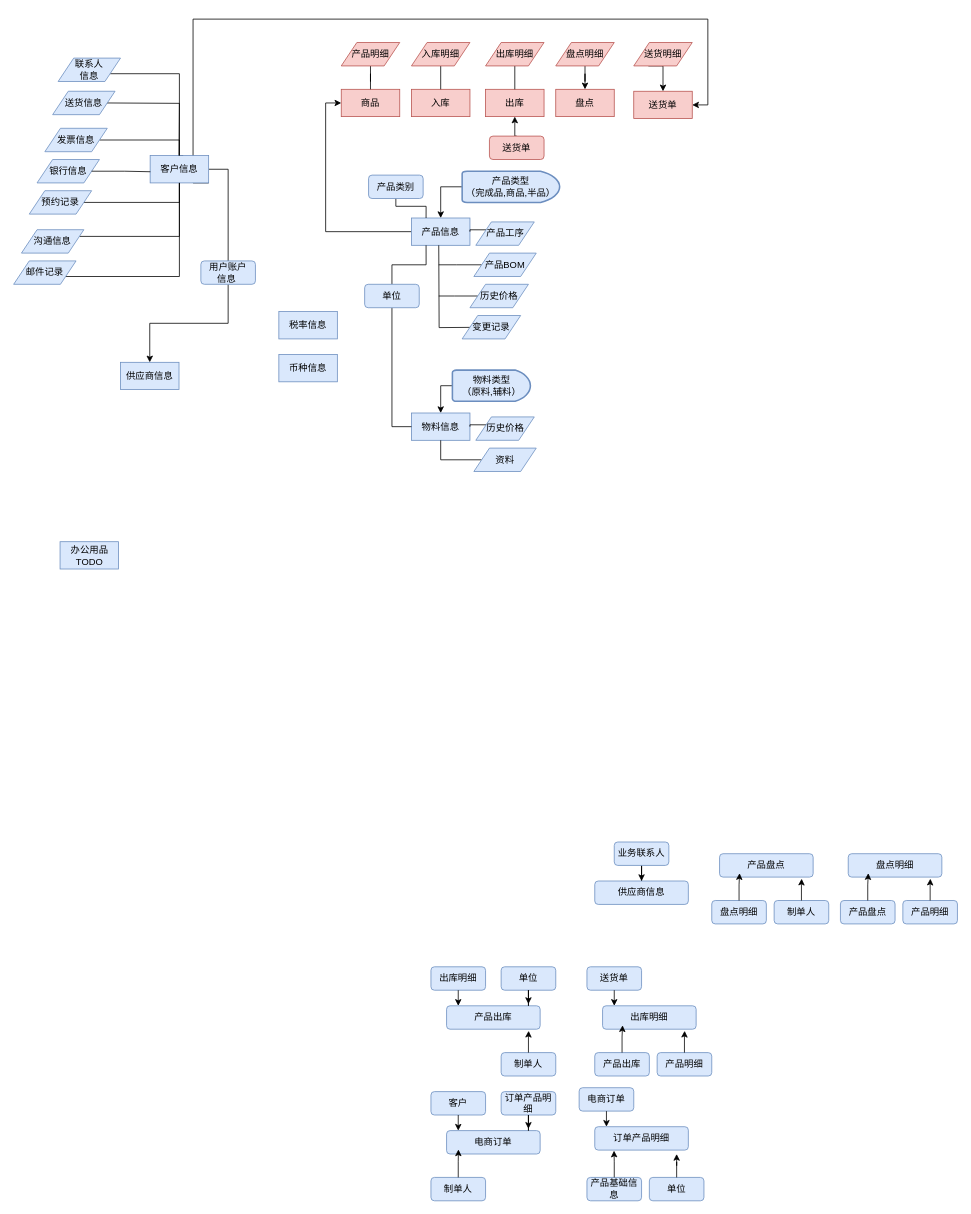
The draw.io diagram ERDiagram.drawio in sbosleo/sbosmobile, before the edit. Source tidied: cells renumbered, new cells numbered last; positions are measured from the earlier drawing's top-left corner, leaving out a move shared by most shapes. Both pictures are drawn from the tidied source at 78%, with x=0, y=0 at pixel (13, 19).
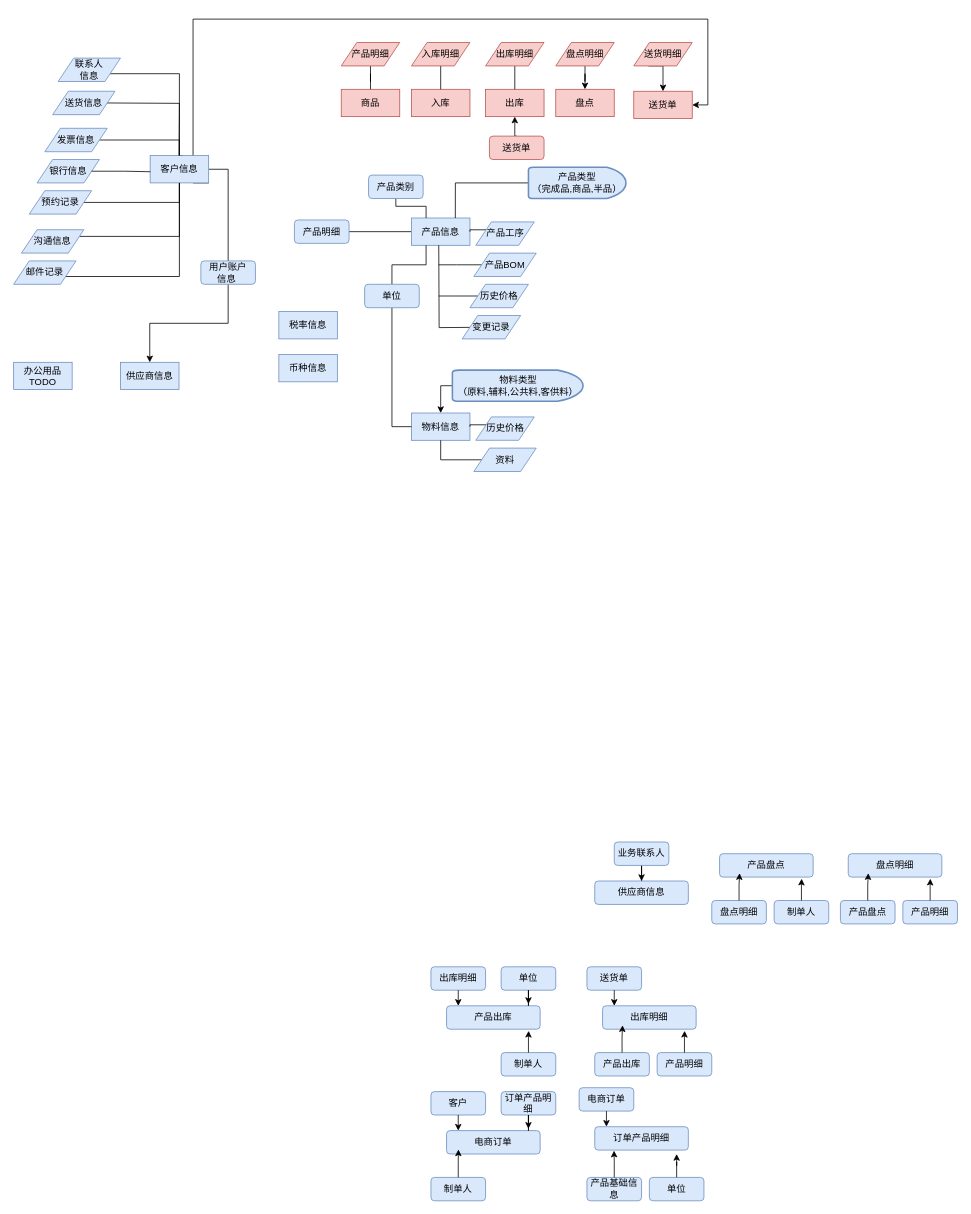
After the change.

The change refers to these unchanged cells:
```xml
<mxCell id="44" value="产品信息" style="rounded=0;whiteSpace=wrap;html=1;fillColor=#dae8fc;strokeColor=#6c8ebf;" parent="1" vertex="1">
  <mxGeometry x="510" y="255" width="75" height="35" as="geometry" />
</mxCell>
<mxCell id="87" value="商品" style="rounded=0;whiteSpace=wrap;html=1;fillColor=#f8cecc;strokeColor=#b85450;" parent="1" vertex="1">
  <mxGeometry x="420" y="90" width="75" height="35" as="geometry" />
</mxCell>
```

The edit, as a diff of the source:
```diff
@@
-    <mxCell id="43" style="edgeStyle=orthogonalEdgeStyle;rounded=0;jettySize=auto;html=1;entryX=0;entryY=0.5;entryDx=0;entryDy=0;" parent="1" edge="1" source="44" target="87">
-      <mxGeometry relative="1" as="geometry" />
-    </mxCell>
+    <mxCell id="108" style="edgeStyle=orthogonalEdgeStyle;rounded=0;jettySize=auto;html=1;exitX=0;exitY=0.5;exitDx=0;exitDy=0;entryX=1;entryY=0.5;entryDx=0;entryDy=0;endArrow=none;endFill=0;" parent="1" edge="1" source="44" target="109">
+      <mxGeometry relative="1" as="geometry" />
+    </mxCell>
@@
     <mxCell id="84" value="办公用品&lt;div&gt;TODO&lt;/div&gt;" style="rounded=0;whiteSpace=wrap;html=1;fillColor=#dae8fc;strokeColor=#6c8ebf;" parent="1" vertex="1">
-      <mxGeometry x="59.5" y="670" width="75" height="35" as="geometry" />
+      <mxGeometry y="440" width="75" height="35" as="geometry" />
     </mxCell>
@@
-    <mxCell id="105" value="物料类型&lt;div&gt;（原料,辅料）&lt;/div&gt;" style="strokeWidth=2;html=1;shape=mxgraph.flowchart.delay;whiteSpace=wrap;fillColor=#dae8fc;strokeColor=#6c8ebf;" parent="1" vertex="1">
-      <mxGeometry x="562.5" y="450" width="100" height="40" as="geometry" />
+    <mxCell id="105" value="物料类型&lt;div&gt;（原料,辅料,公共料,客供料）&lt;/div&gt;" style="strokeWidth=2;html=1;shape=mxgraph.flowchart.delay;whiteSpace=wrap;fillColor=#dae8fc;strokeColor=#6c8ebf;" parent="1" vertex="1">
+      <mxGeometry x="562.5" y="450" width="167.5" height="40" as="geometry" />
     </mxCell>
-    <mxCell id="106" style="edgeStyle=orthogonalEdgeStyle;rounded=0;jettySize=auto;html=1;exitX=0;exitY=0.5;exitDx=0;exitDy=0;exitPerimeter=0;entryX=0.5;entryY=0;entryDx=0;entryDy=0;" parent="1" edge="1" source="107" target="44">
+    <mxCell id="106" style="edgeStyle=orthogonalEdgeStyle;rounded=0;jettySize=auto;html=1;exitX=0;exitY=0.5;exitDx=0;exitDy=0;exitPerimeter=0;entryX=0.75;entryY=0;entryDx=0;entryDy=0;endArrow=none;endFill=0;" parent="1" edge="1" source="107" target="44">
       <mxGeometry relative="1" as="geometry" />
     </mxCell>
     <mxCell id="107" value="产品类型&lt;div&gt;（完成品,商品,半品）&lt;/div&gt;" style="strokeWidth=2;html=1;shape=mxgraph.flowchart.delay;whiteSpace=wrap;fillColor=#dae8fc;strokeColor=#6c8ebf;" parent="1" vertex="1">
-      <mxGeometry x="575" y="195" width="125" height="40" as="geometry" />
+      <mxGeometry x="660" y="190" width="125" height="40" as="geometry" />
     </mxCell>
+    <mxCell id="109" value="产品明细" style="rounded=1;whiteSpace=wrap;html=1;fillColor=#dae8fc;strokeColor=#6c8ebf;" parent="1" vertex="1">
+      <mxGeometry x="360" y="257.5" width="70" height="30" as="geometry" />
+    </mxCell>
```
